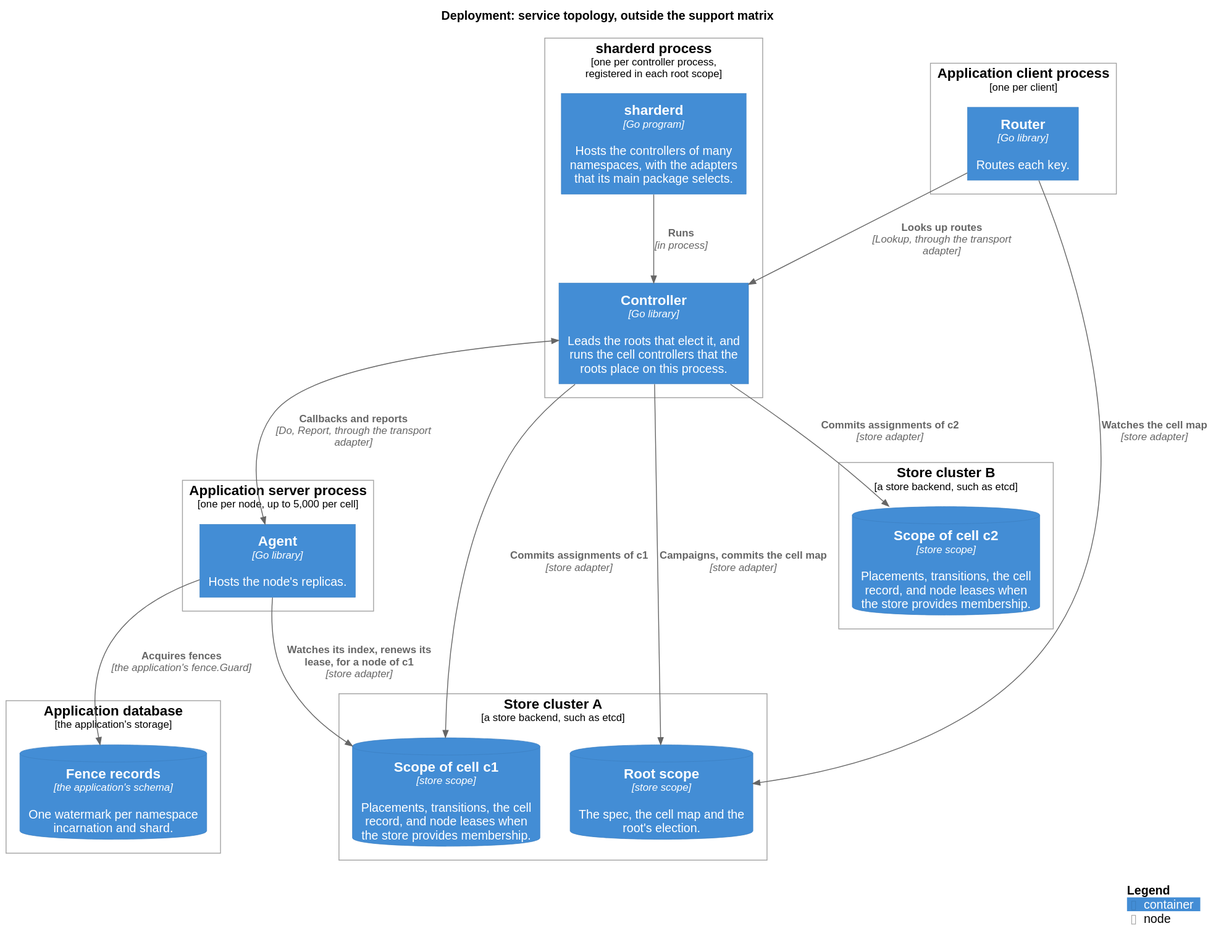
Earlier version of the PlantUML export docs/c4/deployment/service.svg (thesm-os/sharder).
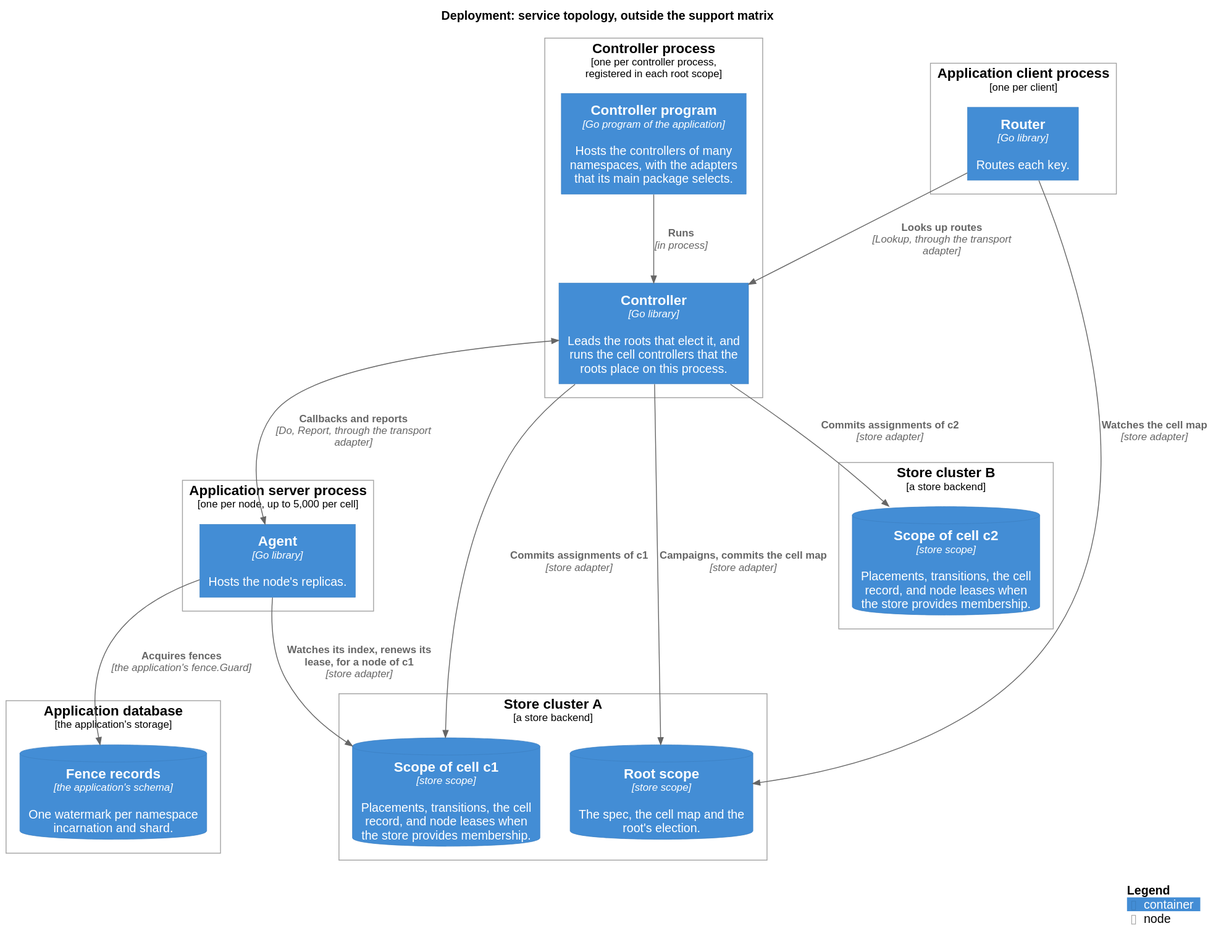
The same file after the commit.

The edit, as a diff of the source:
```diff
@@ -4,8 +4,8 @@
 
 title Deployment: service topology, outside the support matrix
 
-Deployment_Node(controllers, "sharderd process", "one per controller process, registered in each root scope") {
-    Container(sharderd, "sharderd", "Go program", "Hosts the controllers of many namespaces, with the adapters that its main package selects.")
+Deployment_Node(controllers, "Controller process", "one per controller process, registered in each root scope") {
+    Container(program, "Controller program", "Go program of the application", "Hosts the controllers of many namespaces, with the adapters that its main package selects.")
     Container(controller, "Controller", "Go library", "Leads the roots that elect it, and runs the cell controllers that the roots place on this process.")
 }
 
@@ -17,12 +17,12 @@
     Container(router, "Router", "Go library", "Routes each key.")
 }
 
-Deployment_Node(storea, "Store cluster A", "a store backend, such as etcd") {
+Deployment_Node(storea, "Store cluster A", "a store backend") {
     ContainerDb(root, "Root scope", "store scope", "The spec, the cell map and the root's election.")
     ContainerDb(cell1, "Scope of cell c1", "store scope", "Placements, transitions, the cell record, and node leases when the store provides membership.")
 }
 
-Deployment_Node(storeb, "Store cluster B", "a store backend, such as etcd") {
+Deployment_Node(storeb, "Store cluster B", "a store backend") {
     ContainerDb(cell2, "Scope of cell c2", "store scope", "Placements, transitions, the cell record, and node leases when the store provides membership.")
 }
 
@@ -30,7 +30,7 @@
     ContainerDb(fences, "Fence records", "the application's schema", "One watermark per namespace incarnation and shard.")
 }
 
-Rel(sharderd, controller, "Runs", "in process")
+Rel(program, controller, "Runs", "in process")
 BiRel(controller, agent, "Callbacks and reports", "Do, Report, through the transport adapter")
 Rel(router, controller, "Looks up routes", "Lookup, through the transport adapter")
 Rel(controller, root, "Campaigns, commits the cell map", "store adapter")
```
